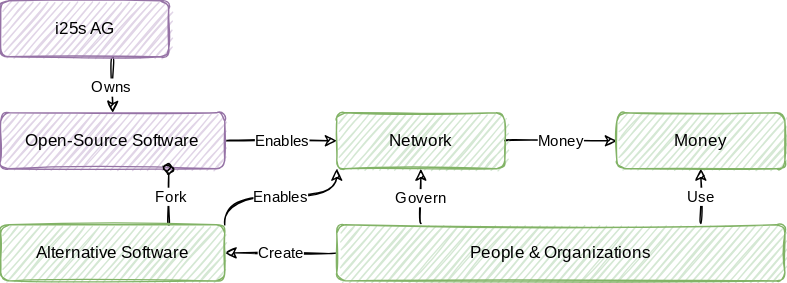
The draw.io diagram docs/.vuepress/public/press/tagion-name.drawio.svg in tagion/website-home, before a commit. Source tidied: cells renumbered, new cells last; positions are measured from the earlier drawing's top-left corner, leaving out a move shared by most shapes. Source of this version:
```xml
<mxGraphModel>
  <root>
    <mxCell id="0" />
    <mxCell id="1" parent="0" />
    <mxCell id="2" style="edgeStyle=orthogonalEdgeStyle;curved=1;rounded=0;sketch=1;jettySize=auto;html=1;exitX=1;exitY=0.5;exitDx=0;exitDy=0;entryX=0;entryY=0.5;entryDx=0;entryDy=0;fontFamily=Merriweather;fontSource=https%3A%2F%2Ffonts.googleapis.com%2Fcss%3Ffamily%3DMerriweather;" parent="1" edge="1" source="4" target="7">
      <mxGeometry relative="1" as="geometry" />
    </mxCell>
    <mxCell id="3" value="Enables" style="edgeLabel;html=1;align=center;verticalAlign=middle;fontFamily=Merriweather;" parent="2" vertex="1">
      <mxGeometry x="-0.35" y="3" relative="1" as="geometry">
        <mxPoint x="14" y="3" as="offset" />
      </mxGeometry>
    </mxCell>
    <mxCell id="4" value="Open-Source Software" style="whiteSpace=wrap;html=1;fontFamily=Merriweather;fontSource=https%3A%2F%2Ffonts.googleapis.com%2Fcss%3Ffamily%3DMerriweather;sketch=1;rounded=1;fillColor=#e1d5e7;strokeColor=#9673a6;" parent="1" vertex="1">
      <mxGeometry y="80" width="160" height="40" as="geometry" />
    </mxCell>
    <mxCell id="5" style="edgeStyle=orthogonalEdgeStyle;curved=1;rounded=0;sketch=1;jettySize=auto;html=1;exitX=1;exitY=0.5;exitDx=0;exitDy=0;entryX=0;entryY=0.5;entryDx=0;entryDy=0;fontFamily=Merriweather;fontSource=https%3A%2F%2Ffonts.googleapis.com%2Fcss%3Ffamily%3DMerriweather;" parent="1" edge="1" source="7" target="11">
      <mxGeometry relative="1" as="geometry" />
    </mxCell>
    <mxCell id="6" value="Money" style="edgeLabel;html=1;align=center;verticalAlign=middle;fontFamily=Merriweather;" parent="5" vertex="1">
      <mxGeometry x="-0.33" y="3" relative="1" as="geometry">
        <mxPoint x="13" y="3" as="offset" />
      </mxGeometry>
    </mxCell>
    <mxCell id="7" value="Network" style="whiteSpace=wrap;html=1;fontFamily=Merriweather;fontSource=https%3A%2F%2Ffonts.googleapis.com%2Fcss%3Ffamily%3DMerriweather;sketch=1;rounded=1;fillColor=#d5e8d4;strokeColor=#82b366;" parent="1" vertex="1">
      <mxGeometry x="240" y="80" width="120" height="40" as="geometry" />
    </mxCell>
    <mxCell id="8" style="edgeStyle=orthogonalEdgeStyle;curved=1;rounded=0;sketch=1;jettySize=auto;html=1;entryX=0.5;entryY=0;entryDx=0;entryDy=0;fontFamily=Merriweather;fontSource=https%3A%2F%2Ffonts.googleapis.com%2Fcss%3Ffamily%3DMerriweather;exitX=0.667;exitY=1;exitDx=0;exitDy=0;exitPerimeter=0;" parent="1" edge="1" source="10" target="4">
      <mxGeometry relative="1" as="geometry" />
    </mxCell>
    <mxCell id="9" value="Owns" style="edgeLabel;html=1;align=center;verticalAlign=middle;fontFamily=Merriweather;" parent="8" vertex="1">
      <mxGeometry x="0.1" y="-1" relative="1" as="geometry" />
    </mxCell>
    <mxCell id="10" value="i25s AG" style="whiteSpace=wrap;html=1;fontFamily=Merriweather;fontSource=https%3A%2F%2Ffonts.googleapis.com%2Fcss%3Ffamily%3DMerriweather;fillColor=#e1d5e7;strokeColor=#9673a6;sketch=1;rounded=1;" parent="1" vertex="1">
      <mxGeometry width="120" height="40" as="geometry" />
    </mxCell>
    <mxCell id="11" value="Money" style="whiteSpace=wrap;html=1;fontFamily=Merriweather;fontSource=https%3A%2F%2Ffonts.googleapis.com%2Fcss%3Ffamily%3DMerriweather;sketch=1;rounded=1;fillColor=#d5e8d4;strokeColor=#82b366;" parent="1" vertex="1">
      <mxGeometry x="440" y="80" width="120" height="40" as="geometry" />
    </mxCell>
    <mxCell id="12" style="edgeStyle=orthogonalEdgeStyle;curved=1;rounded=0;sketch=1;jettySize=auto;html=1;entryX=0.5;entryY=1;entryDx=0;entryDy=0;fontFamily=Merriweather;fontSource=https%3A%2F%2Ffonts.googleapis.com%2Fcss%3Ffamily%3DMerriweather;exitX=0.188;exitY=-0.025;exitDx=0;exitDy=0;exitPerimeter=0;" parent="1" edge="1" source="19" target="7">
      <mxGeometry relative="1" as="geometry" />
    </mxCell>
    <mxCell id="13" value="Govern" style="edgeLabel;html=1;align=center;verticalAlign=middle;fontFamily=Merriweather;" parent="12" vertex="1">
      <mxGeometry x="0.05" y="1" relative="1" as="geometry">
        <mxPoint x="1" y="2" as="offset" />
      </mxGeometry>
    </mxCell>
    <mxCell id="14" style="edgeStyle=orthogonalEdgeStyle;curved=1;rounded=0;sketch=1;jettySize=auto;html=1;entryX=0.5;entryY=1;entryDx=0;entryDy=0;fontFamily=Merriweather;fontSource=https%3A%2F%2Ffonts.googleapis.com%2Fcss%3Ffamily%3DMerriweather;" parent="1" edge="1" target="11">
      <mxGeometry relative="1" as="geometry">
        <mxPoint x="500" y="159" as="sourcePoint" />
      </mxGeometry>
    </mxCell>
    <mxCell id="15" value="Use" style="edgeLabel;html=1;align=center;verticalAlign=middle;fontFamily=Merriweather;" parent="14" vertex="1">
      <mxGeometry x="-0.02" relative="1" as="geometry" />
    </mxCell>
    <mxCell id="16" style="edgeStyle=orthogonalEdgeStyle;curved=1;rounded=0;sketch=1;jettySize=auto;html=1;exitX=0.75;exitY=0;exitDx=0;exitDy=0;entryX=0.75;entryY=1;entryDx=0;entryDy=0;fontFamily=Merriweather;fontSource=https%3A%2F%2Ffonts.googleapis.com%2Fcss%3Ffamily%3DMerriweather;endArrow=oval;endFill=1;" parent="1" edge="1" source="22" target="4">
      <mxGeometry relative="1" as="geometry" />
    </mxCell>
    <mxCell id="17" value="Fork" style="edgeLabel;html=1;align=center;verticalAlign=middle;fontFamily=Merriweather;" parent="16" vertex="1">
      <mxGeometry x="0.03" y="-2" relative="1" as="geometry" />
    </mxCell>
    <mxCell id="18" value="Create" style="edgeStyle=orthogonalEdgeStyle;curved=1;rounded=0;sketch=1;jettySize=auto;html=1;exitX=0;exitY=0.5;exitDx=0;exitDy=0;entryX=1;entryY=0.5;entryDx=0;entryDy=0;fontFamily=Merriweather;fontSource=https%3A%2F%2Ffonts.googleapis.com%2Fcss%3Ffamily%3DMerriweather;" parent="1" edge="1" source="19" target="22">
      <mxGeometry relative="1" as="geometry" />
    </mxCell>
    <mxCell id="19" value="People &amp;amp; Organizations" style="whiteSpace=wrap;html=1;fontFamily=Merriweather;fontSource=https%3A%2F%2Ffonts.googleapis.com%2Fcss%3Ffamily%3DMerriweather;fillColor=#d5e8d4;strokeColor=#82b366;sketch=1;rounded=1;" parent="1" vertex="1">
      <mxGeometry x="240" y="160" width="320" height="40" as="geometry" />
    </mxCell>
    <mxCell id="20" style="edgeStyle=orthogonalEdgeStyle;curved=1;rounded=0;sketch=1;jettySize=auto;html=1;exitX=1;exitY=0;exitDx=0;exitDy=0;entryX=0;entryY=1;entryDx=0;entryDy=0;fontFamily=Merriweather;fontSource=https%3A%2F%2Ffonts.googleapis.com%2Fcss%3Ffamily%3DMerriweather;endArrow=classic;endFill=1;" parent="1" edge="1" source="22" target="7">
      <mxGeometry relative="1" as="geometry" />
    </mxCell>
    <mxCell id="21" value="Enables" style="edgeLabel;html=1;align=center;verticalAlign=middle;fontFamily=Merriweather;" parent="20" vertex="1">
      <mxGeometry x="-0.15" relative="1" as="geometry">
        <mxPoint x="9" as="offset" />
      </mxGeometry>
    </mxCell>
    <mxCell id="22" value="Alternative Software" style="whiteSpace=wrap;html=1;fontFamily=Merriweather;fontSource=https%3A%2F%2Ffonts.googleapis.com%2Fcss%3Ffamily%3DMerriweather;sketch=1;rounded=1;fillColor=#d5e8d4;strokeColor=#82b366;" parent="1" vertex="1">
      <mxGeometry y="160" width="160" height="40" as="geometry" />
    </mxCell>
  </root>
</mxGraphModel>
```
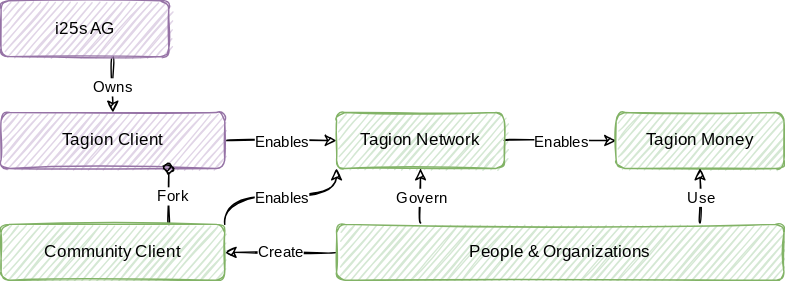
After the commit.

Change to the diagram source:
```diff
@@ -10,18 +10,18 @@
         <mxPoint x="14" y="3" as="offset" />
       </mxGeometry>
     </mxCell>
-    <mxCell id="4" value="Open-Source Software" style="whiteSpace=wrap;html=1;fontFamily=Merriweather;fontSource=https%3A%2F%2Ffonts.googleapis.com%2Fcss%3Ffamily%3DMerriweather;sketch=1;rounded=1;fillColor=#e1d5e7;strokeColor=#9673a6;" parent="1" vertex="1">
+    <mxCell id="4" value="Tagion Client" style="whiteSpace=wrap;html=1;fontFamily=Merriweather;fontSource=https%3A%2F%2Ffonts.googleapis.com%2Fcss%3Ffamily%3DMerriweather;sketch=1;rounded=1;fillColor=#e1d5e7;strokeColor=#9673a6;" parent="1" vertex="1">
       <mxGeometry y="80" width="160" height="40" as="geometry" />
     </mxCell>
     <mxCell id="5" style="edgeStyle=orthogonalEdgeStyle;curved=1;rounded=0;sketch=1;jettySize=auto;html=1;exitX=1;exitY=0.5;exitDx=0;exitDy=0;entryX=0;entryY=0.5;entryDx=0;entryDy=0;fontFamily=Merriweather;fontSource=https%3A%2F%2Ffonts.googleapis.com%2Fcss%3Ffamily%3DMerriweather;" parent="1" edge="1" source="7" target="11">
       <mxGeometry relative="1" as="geometry" />
     </mxCell>
-    <mxCell id="6" value="Money" style="edgeLabel;html=1;align=center;verticalAlign=middle;fontFamily=Merriweather;" parent="5" vertex="1">
+    <mxCell id="6" value="Enables" style="edgeLabel;html=1;align=center;verticalAlign=middle;fontFamily=Merriweather;" parent="5" vertex="1">
       <mxGeometry x="-0.33" y="3" relative="1" as="geometry">
         <mxPoint x="13" y="3" as="offset" />
       </mxGeometry>
     </mxCell>
-    <mxCell id="7" value="Network" style="whiteSpace=wrap;html=1;fontFamily=Merriweather;fontSource=https%3A%2F%2Ffonts.googleapis.com%2Fcss%3Ffamily%3DMerriweather;sketch=1;rounded=1;fillColor=#d5e8d4;strokeColor=#82b366;" parent="1" vertex="1">
+    <mxCell id="7" value="Tagion Network" style="whiteSpace=wrap;html=1;fontFamily=Merriweather;fontSource=https%3A%2F%2Ffonts.googleapis.com%2Fcss%3Ffamily%3DMerriweather;sketch=1;rounded=1;fillColor=#d5e8d4;strokeColor=#82b366;" parent="1" vertex="1">
       <mxGeometry x="240" y="80" width="120" height="40" as="geometry" />
     </mxCell>
     <mxCell id="8" style="edgeStyle=orthogonalEdgeStyle;curved=1;rounded=0;sketch=1;jettySize=auto;html=1;entryX=0.5;entryY=0;entryDx=0;entryDy=0;fontFamily=Merriweather;fontSource=https%3A%2F%2Ffonts.googleapis.com%2Fcss%3Ffamily%3DMerriweather;exitX=0.667;exitY=1;exitDx=0;exitDy=0;exitPerimeter=0;" parent="1" edge="1" source="10" target="4">
@@ -33,7 +33,7 @@
     <mxCell id="10" value="i25s AG" style="whiteSpace=wrap;html=1;fontFamily=Merriweather;fontSource=https%3A%2F%2Ffonts.googleapis.com%2Fcss%3Ffamily%3DMerriweather;fillColor=#e1d5e7;strokeColor=#9673a6;sketch=1;rounded=1;" parent="1" vertex="1">
       <mxGeometry width="120" height="40" as="geometry" />
     </mxCell>
-    <mxCell id="11" value="Money" style="whiteSpace=wrap;html=1;fontFamily=Merriweather;fontSource=https%3A%2F%2Ffonts.googleapis.com%2Fcss%3Ffamily%3DMerriweather;sketch=1;rounded=1;fillColor=#d5e8d4;strokeColor=#82b366;" parent="1" vertex="1">
+    <mxCell id="11" value="Tagion Money" style="whiteSpace=wrap;html=1;fontFamily=Merriweather;fontSource=https%3A%2F%2Ffonts.googleapis.com%2Fcss%3Ffamily%3DMerriweather;sketch=1;rounded=1;fillColor=#d5e8d4;strokeColor=#82b366;" parent="1" vertex="1">
       <mxGeometry x="440" y="80" width="120" height="40" as="geometry" />
     </mxCell>
     <mxCell id="12" style="edgeStyle=orthogonalEdgeStyle;curved=1;rounded=0;sketch=1;jettySize=auto;html=1;entryX=0.5;entryY=1;entryDx=0;entryDy=0;fontFamily=Merriweather;fontSource=https%3A%2F%2Ffonts.googleapis.com%2Fcss%3Ffamily%3DMerriweather;exitX=0.188;exitY=-0.025;exitDx=0;exitDy=0;exitPerimeter=0;" parent="1" edge="1" source="19" target="7">
@@ -72,7 +72,7 @@
         <mxPoint x="9" as="offset" />
       </mxGeometry>
     </mxCell>
-    <mxCell id="22" value="Alternative Software" style="whiteSpace=wrap;html=1;fontFamily=Merriweather;fontSource=https%3A%2F%2Ffonts.googleapis.com%2Fcss%3Ffamily%3DMerriweather;sketch=1;rounded=1;fillColor=#d5e8d4;strokeColor=#82b366;" parent="1" vertex="1">
+    <mxCell id="22" value="Community Client" style="whiteSpace=wrap;html=1;fontFamily=Merriweather;fontSource=https%3A%2F%2Ffonts.googleapis.com%2Fcss%3Ffamily%3DMerriweather;sketch=1;rounded=1;fillColor=#d5e8d4;strokeColor=#82b366;" parent="1" vertex="1">
       <mxGeometry y="160" width="160" height="40" as="geometry" />
     </mxCell>
   </root>
```
